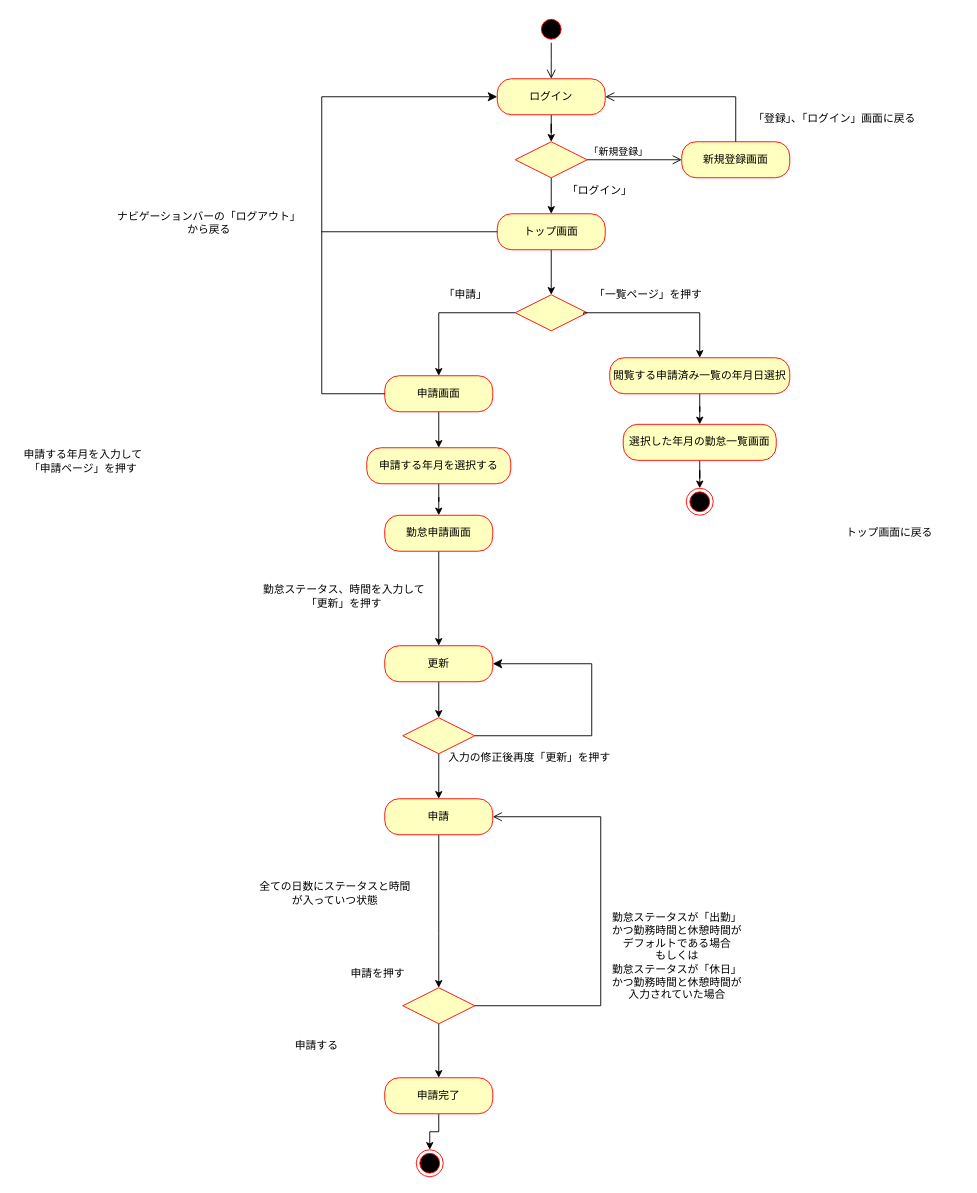
The draw.io diagram page "ページ9" (8 of 8) of アクティビティ図.drawio in akahori123/AHKGitProject, before the edit. Source tidied: cells renumbered, new cells numbered last; positions are measured from the earlier drawing's top-left corner, leaving out a move shared by most shapes. Both pictures are drawn from the tidied source at 90%, with x=0, y=0 at pixel (15, 15).
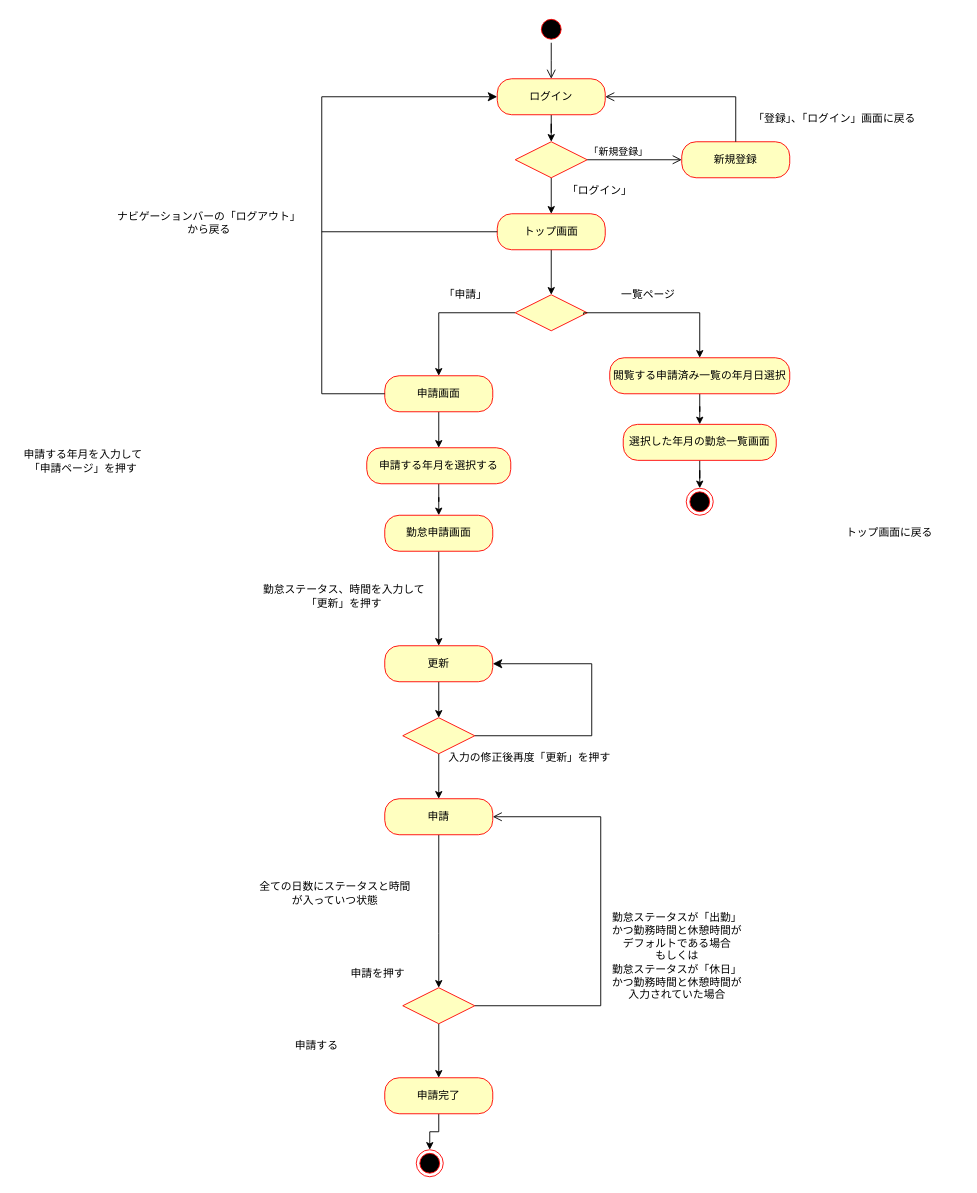
After the change.

Commit message:
アクティビティ図　修正

Change to the diagram source:
```diff
@@
-    <mxCell id="9" value="新規登録画面" style="rounded=1;whiteSpace=wrap;html=1;arcSize=40;fontColor=#000000;fillColor=#ffffc0;strokeColor=#ff0000;" parent="1" vertex="1">
+    <mxCell id="9" value="新規登録" style="rounded=1;whiteSpace=wrap;html=1;arcSize=40;fontColor=#000000;fillColor=#ffffc0;strokeColor=#ff0000;" parent="1" vertex="1">
       <mxGeometry x="740" y="140" width="120" height="40" as="geometry" />
     </mxCell>
@@
-    <mxCell id="33" value="「一覧ページ」を押す" style="text;html=1;strokeColor=none;fillColor=none;align=center;verticalAlign=middle;whiteSpace=wrap;rounded=0;" parent="1" vertex="1">
+    <mxCell id="33" value="一覧ページ" style="text;html=1;strokeColor=none;fillColor=none;align=center;verticalAlign=middle;whiteSpace=wrap;rounded=0;" parent="1" vertex="1">
       <mxGeometry x="638" y="295" width="130" height="30" as="geometry" />
     </mxCell>
```
